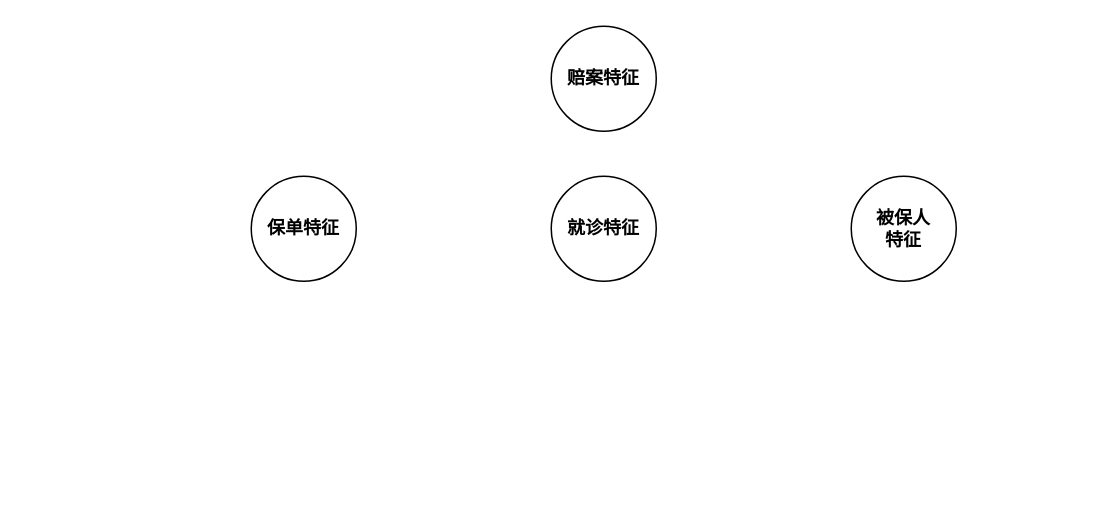
This is 太平/taiping-feature-hierarchy.drawio from XiaoLiuAI/diagrams, a draw.io file, before an edit. Source tidied: cells renumbered, new cells numbered last; positions are measured from the earlier drawing's top-left corner, leaving out a move shared by most shapes. Both pictures are drawn from the tidied source at 150%, with x=0, y=0 at pixel (250, 26).
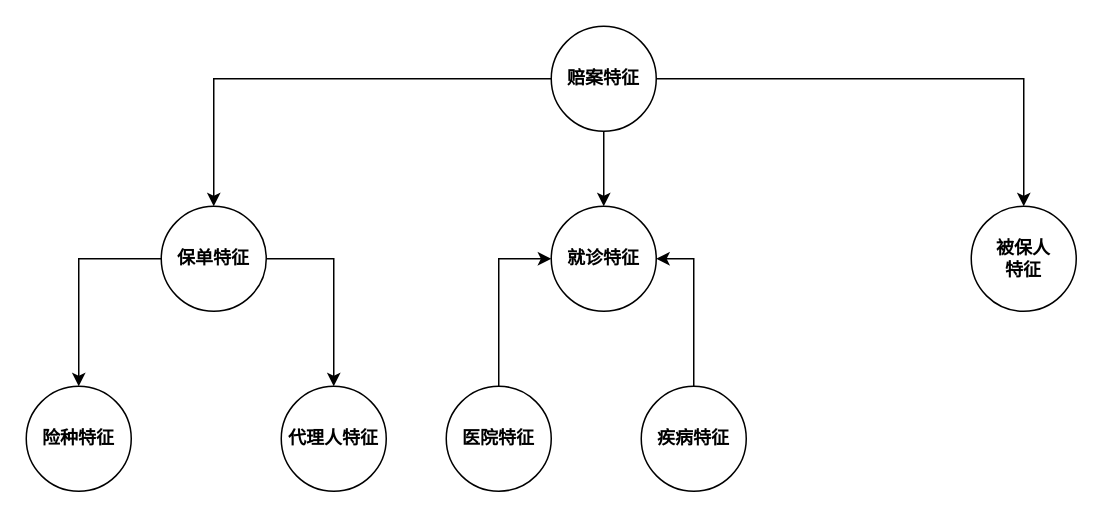
After the change.

Diff of the diagram source:
```diff
@@
 <mxGraphModel>
   <root>
     <mxCell id="0" />
     <mxCell id="1" parent="0" />
+    <mxCell id="6" style="edgeStyle=orthogonalEdgeStyle;rounded=0;jettySize=auto;html=1;entryX=0.5;entryY=0;entryDx=0;entryDy=0;" parent="1" edge="1" source="2" target="4">
+      <mxGeometry relative="1" as="geometry" />
+    </mxCell>
+    <mxCell id="7" style="edgeStyle=orthogonalEdgeStyle;rounded=0;jettySize=auto;html=1;" parent="1" edge="1" source="2" target="5">
+      <mxGeometry relative="1" as="geometry" />
+    </mxCell>
     <mxCell id="2" value="赔案特征" style="ellipse;whiteSpace=wrap;html=1;fontStyle=1;" parent="1" vertex="1">
       <mxGeometry x="200" width="70" height="70" as="geometry" />
     </mxCell>
+    <mxCell id="8" style="edgeStyle=orthogonalEdgeStyle;rounded=0;jettySize=auto;html=1;" parent="1" edge="1" source="3" target="10">
+      <mxGeometry relative="1" as="geometry" />
+    </mxCell>
+    <mxCell id="9" style="edgeStyle=orthogonalEdgeStyle;rounded=0;jettySize=auto;html=1;entryX=0.5;entryY=0;entryDx=0;entryDy=0;" parent="1" edge="1" source="3" target="11">
+      <mxGeometry relative="1" as="geometry" />
+    </mxCell>
     <mxCell id="3" value="保单特征" style="ellipse;whiteSpace=wrap;html=1;fontStyle=1;" parent="1" vertex="1">
-      <mxGeometry y="100" width="70" height="70" as="geometry" />
+      <mxGeometry x="-60" y="120" width="70" height="70" as="geometry" />
     </mxCell>
     <mxCell id="4" value="就诊特征" style="ellipse;whiteSpace=wrap;html=1;fontStyle=1;" parent="1" vertex="1">
-      <mxGeometry x="200" y="100" width="70" height="70" as="geometry" />
+      <mxGeometry x="200" y="120" width="70" height="70" as="geometry" />
     </mxCell>
     <mxCell id="5" value="被保人&lt;br&gt;特征" style="ellipse;whiteSpace=wrap;html=1;fontStyle=1;" parent="1" vertex="1">
-      <mxGeometry x="400" y="100" width="70" height="70" as="geometry" />
+      <mxGeometry x="480" y="120" width="70" height="70" as="geometry" />
     </mxCell>
+    <mxCell id="10" value="险种特征" style="ellipse;whiteSpace=wrap;html=1;fontStyle=1;" parent="1" vertex="1">
+      <mxGeometry x="-150" y="240" width="70" height="70" as="geometry" />
+    </mxCell>
+    <mxCell id="11" value="代理人特征" style="ellipse;whiteSpace=wrap;html=1;fontStyle=1;" parent="1" vertex="1">
+      <mxGeometry x="20" y="240" width="70" height="70" as="geometry" />
+    </mxCell>
+    <mxCell id="12" style="edgeStyle=orthogonalEdgeStyle;rounded=0;jettySize=auto;html=1;entryX=0;entryY=0.5;entryDx=0;entryDy=0;" parent="1" edge="1" source="13" target="4">
+      <mxGeometry relative="1" as="geometry" />
+    </mxCell>
+    <mxCell id="13" value="医院特征" style="ellipse;whiteSpace=wrap;html=1;fontStyle=1;" parent="1" vertex="1">
+      <mxGeometry x="130" y="240" width="70" height="70" as="geometry" />
+    </mxCell>
+    <mxCell id="14" style="edgeStyle=orthogonalEdgeStyle;rounded=0;jettySize=auto;html=1;entryX=0.5;entryY=0;entryDx=0;entryDy=0;" parent="1" edge="1" source="2" target="3">
+      <mxGeometry relative="1" as="geometry" />
+    </mxCell>
+    <mxCell id="15" style="edgeStyle=orthogonalEdgeStyle;rounded=0;jettySize=auto;html=1;entryX=1;entryY=0.5;entryDx=0;entryDy=0;" parent="1" edge="1" source="16" target="4">
+      <mxGeometry relative="1" as="geometry" />
+    </mxCell>
+    <mxCell id="16" value="疾病特征" style="ellipse;whiteSpace=wrap;html=1;fontStyle=1;" parent="1" vertex="1">
+      <mxGeometry x="260" y="240" width="70" height="70" as="geometry" />
+    </mxCell>
   </root>
 </mxGraphModel>
```
